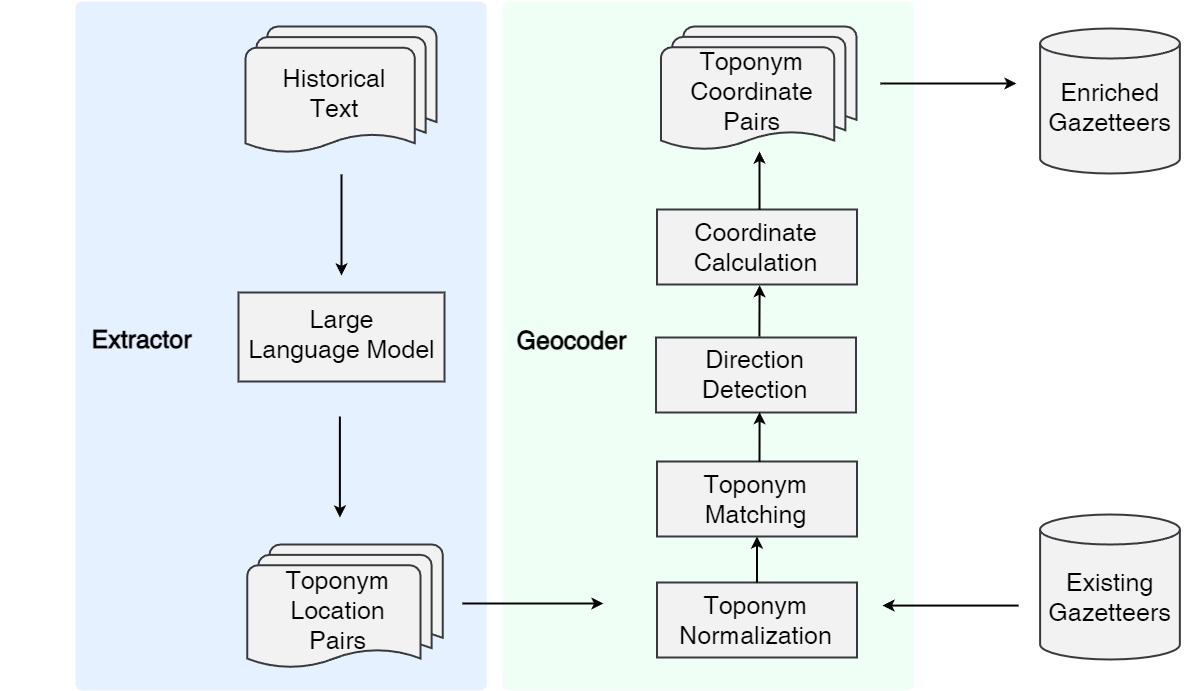
The draw.io diagram figures/workflow.png in yukiyuqichen/His-Geo, before a commit. Source tidied: cells renumbered, new cells last; positions are measured from the earlier drawing's top-left corner, leaving out a move shared by most shapes. Its diagram source:
```xml
<mxGraphModel background="#ffffff">
  <root>
    <mxCell id="0" />
    <mxCell id="1" parent="0" />
    <mxCell id="2" style="rounded=1;whiteSpace=wrap;html=1;absoluteArcSize=1;arcSize=14;strokeWidth=2;fontSize=15;fontColor=#000000;fillColor=#F0FFF6;strokeColor=none;" parent="1" vertex="1">
      <mxGeometry x="501" width="411.2" height="689" as="geometry" />
    </mxCell>
    <mxCell id="3" style="rounded=1;whiteSpace=wrap;html=1;absoluteArcSize=1;arcSize=14;strokeWidth=2;fontSize=15;fontColor=#000000;fillColor=#E6F1FF;strokeColor=none;" parent="1" vertex="1">
      <mxGeometry x="74" width="411.2" height="689" as="geometry" />
    </mxCell>
    <mxCell id="4" style="rounded=0;whiteSpace=wrap;html=1;fillColor=#F2F2F2;strokeColor=#36393d;strokeWidth=2;" parent="1" vertex="1">
      <mxGeometry x="237" y="291" width="206" height="89" as="geometry" />
    </mxCell>
    <mxCell id="5" style="shape=cylinder3;whiteSpace=wrap;html=1;boundedLbl=1;backgroundOutline=1;size=15;fillColor=#F2F2F2;strokeColor=#36393d;strokeWidth=2;" parent="1" vertex="1">
      <mxGeometry x="1038.6" y="513" width="139.8" height="145" as="geometry" />
    </mxCell>
    <mxCell id="6" style="edgeStyle=none;html=1;fontSize=25;fontColor=#000000;strokeColor=#000000;rounded=0;strokeWidth=2;" parent="1" edge="1">
      <mxGeometry relative="1" as="geometry">
        <mxPoint x="340" y="173" as="sourcePoint" />
        <mxPoint x="340" y="274" as="targetPoint" />
      </mxGeometry>
    </mxCell>
    <mxCell id="7" style="strokeWidth=2;html=1;shape=mxgraph.flowchart.multi-document;whiteSpace=wrap;fontSize=25;fillColor=#F2F2F2;strokeColor=#36393d;" parent="1" vertex="1">
      <mxGeometry x="244" y="25" width="191" height="128" as="geometry" />
    </mxCell>
    <mxCell id="8" value="Existing&lt;br&gt;Gazetteers" style="text;html=1;fillColor=none;align=center;verticalAlign=middle;whiteSpace=wrap;rounded=0;fontSize=25;strokeWidth=2;fontColor=#000000;" parent="1" vertex="1">
      <mxGeometry x="1018" y="569" width="181" height="53" as="geometry" />
    </mxCell>
    <mxCell id="9" value="Historical &lt;br&gt;Text" style="text;html=1;fillColor=none;align=center;verticalAlign=middle;whiteSpace=wrap;rounded=0;fontSize=25;strokeWidth=2;fontColor=#000000;" parent="1" vertex="1">
      <mxGeometry x="235" y="65" width="195.5" height="53" as="geometry" />
    </mxCell>
    <mxCell id="10" value="Large &lt;br&gt;Language Model" style="text;html=1;fillColor=none;align=center;verticalAlign=middle;whiteSpace=wrap;rounded=0;fontSize=25;strokeWidth=2;fontColor=#000000;" parent="1" vertex="1">
      <mxGeometry x="199.5" y="307" width="281" height="53" as="geometry" />
    </mxCell>
    <mxCell id="11" value="Extractor" style="text;html=1;fillColor=none;align=center;verticalAlign=middle;whiteSpace=wrap;rounded=0;fontSize=25;strokeWidth=2;fontColor=#000000;fontStyle=1;" parent="1" vertex="1">
      <mxGeometry y="311" width="281" height="53" as="geometry" />
    </mxCell>
    <mxCell id="12" value="Geocoder" style="text;html=1;fillColor=none;align=center;verticalAlign=middle;whiteSpace=wrap;rounded=0;fontSize=25;strokeWidth=2;fontColor=#000000;fontStyle=1;" parent="1" vertex="1">
      <mxGeometry x="430" y="313" width="281" height="53" as="geometry" />
    </mxCell>
    <mxCell id="13" style="edgeStyle=none;html=1;fontSize=25;fontColor=#000000;strokeColor=#000000;rounded=0;strokeWidth=2;" parent="1" edge="1">
      <mxGeometry relative="1" as="geometry">
        <mxPoint x="338.4" y="415" as="sourcePoint" />
        <mxPoint x="338.4" y="516" as="targetPoint" />
      </mxGeometry>
    </mxCell>
    <mxCell id="14" style="shape=cylinder3;whiteSpace=wrap;html=1;boundedLbl=1;backgroundOutline=1;size=15;fillColor=#F2F2F2;strokeColor=#36393d;strokeWidth=2;" parent="1" vertex="1">
      <mxGeometry x="1038.6" y="27" width="139.8" height="145" as="geometry" />
    </mxCell>
    <mxCell id="15" value="Enriched&lt;br&gt;Gazetteers" style="text;html=1;fillColor=none;align=center;verticalAlign=middle;whiteSpace=wrap;rounded=0;fontSize=25;strokeWidth=2;fontColor=#000000;" parent="1" vertex="1">
      <mxGeometry x="1018" y="79" width="181" height="53" as="geometry" />
    </mxCell>
    <mxCell id="16" style="edgeStyle=none;html=1;fontSize=25;fontColor=#000000;strokeColor=#000000;rounded=0;strokeWidth=2;" parent="1" edge="1">
      <mxGeometry relative="1" as="geometry">
        <mxPoint x="461" y="602" as="sourcePoint" />
        <mxPoint x="602" y="602" as="targetPoint" />
      </mxGeometry>
    </mxCell>
    <mxCell id="17" style="strokeWidth=2;html=1;shape=mxgraph.flowchart.multi-document;whiteSpace=wrap;fontSize=25;fillColor=#F2F2F2;strokeColor=#36393d;" parent="1" vertex="1">
      <mxGeometry x="245.8" y="543" width="195.5" height="125" as="geometry" />
    </mxCell>
    <mxCell id="18" value="Toponym &lt;br&gt;Location &lt;br&gt;Pairs" style="text;html=1;fillColor=none;align=center;verticalAlign=middle;whiteSpace=wrap;rounded=0;fontSize=25;strokeWidth=2;fontColor=#000000;" parent="1" vertex="1">
      <mxGeometry x="229.2" y="583" width="215" height="53" as="geometry" />
    </mxCell>
    <mxCell id="19" style="strokeWidth=2;html=1;shape=mxgraph.flowchart.multi-document;whiteSpace=wrap;fontSize=25;fillColor=#F2F2F2;strokeColor=#36393d;" parent="1" vertex="1">
      <mxGeometry x="659.5" y="25" width="195.5" height="125" as="geometry" />
    </mxCell>
    <mxCell id="20" value="Toponym&lt;br&gt;Coordinate&lt;br&gt;Pairs" style="text;html=1;fillColor=none;align=center;verticalAlign=middle;whiteSpace=wrap;rounded=0;fontSize=25;strokeWidth=2;fontColor=#000000;" parent="1" vertex="1">
      <mxGeometry x="643" y="63" width="215" height="53" as="geometry" />
    </mxCell>
    <mxCell id="21" style="rounded=0;whiteSpace=wrap;html=1;fillColor=#F2F2F2;strokeColor=#36393d;strokeWidth=2;" parent="1" vertex="1">
      <mxGeometry x="655.5" y="581" width="200" height="75" as="geometry" />
    </mxCell>
    <mxCell id="22" value="Toponym&lt;br&gt;Normalization" style="text;html=1;fillColor=none;align=center;verticalAlign=middle;whiteSpace=wrap;rounded=0;fontSize=25;strokeWidth=2;fontColor=#000000;" parent="1" vertex="1">
      <mxGeometry x="664" y="593" width="181" height="53" as="geometry" />
    </mxCell>
    <mxCell id="23" style="rounded=0;whiteSpace=wrap;html=1;fillColor=#F2F2F2;strokeColor=#36393d;strokeWidth=2;" parent="1" vertex="1">
      <mxGeometry x="655.5" y="460" width="200" height="75" as="geometry" />
    </mxCell>
    <mxCell id="24" value="Toponym&lt;br&gt;Matching" style="text;html=1;fillColor=none;align=center;verticalAlign=middle;whiteSpace=wrap;rounded=0;fontSize=25;strokeWidth=2;fontColor=#000000;" parent="1" vertex="1">
      <mxGeometry x="664" y="471" width="181" height="53" as="geometry" />
    </mxCell>
    <mxCell id="25" style="rounded=0;whiteSpace=wrap;html=1;fillColor=#F2F2F2;strokeColor=#36393d;strokeWidth=2;" parent="1" vertex="1">
      <mxGeometry x="654.5" y="336" width="200" height="75" as="geometry" />
    </mxCell>
    <mxCell id="26" value="Direction&lt;br&gt;Detection" style="text;html=1;fillColor=none;align=center;verticalAlign=middle;whiteSpace=wrap;rounded=0;fontSize=25;strokeWidth=2;fontColor=#000000;" parent="1" vertex="1">
      <mxGeometry x="663" y="347" width="181" height="53" as="geometry" />
    </mxCell>
    <mxCell id="27" style="rounded=0;whiteSpace=wrap;html=1;fillColor=#F2F2F2;strokeColor=#36393d;strokeWidth=2;" parent="1" vertex="1">
      <mxGeometry x="655.5" y="208" width="200" height="75" as="geometry" />
    </mxCell>
    <mxCell id="28" value="Coordinate&lt;br&gt;Calculation" style="text;html=1;fillColor=none;align=center;verticalAlign=middle;whiteSpace=wrap;rounded=0;fontSize=25;strokeWidth=2;fontColor=#000000;" parent="1" vertex="1">
      <mxGeometry x="664" y="219" width="181" height="53" as="geometry" />
    </mxCell>
    <mxCell id="29" style="edgeStyle=none;html=1;fontSize=25;fontColor=#000000;strokeColor=#000000;rounded=0;strokeWidth=2;" parent="1" edge="1">
      <mxGeometry relative="1" as="geometry">
        <mxPoint x="879" y="82" as="sourcePoint" />
        <mxPoint x="1015" y="82" as="targetPoint" />
      </mxGeometry>
    </mxCell>
    <mxCell id="30" style="edgeStyle=none;html=1;fontSize=25;fontColor=#000000;strokeColor=#000000;rounded=0;strokeWidth=2;" parent="1" edge="1">
      <mxGeometry relative="1" as="geometry">
        <mxPoint x="1017" y="604.1" as="sourcePoint" />
        <mxPoint x="881" y="604.1" as="targetPoint" />
      </mxGeometry>
    </mxCell>
    <mxCell id="31" style="edgeStyle=none;html=1;fontSize=25;fontColor=#000000;strokeColor=#000000;rounded=0;strokeWidth=2;exitX=0.625;exitY=0.302;exitDx=0;exitDy=0;exitPerimeter=0;" parent="1" edge="1" source="2">
      <mxGeometry relative="1" as="geometry">
        <mxPoint x="758" y="150" as="targetPoint" />
      </mxGeometry>
    </mxCell>
    <mxCell id="32" style="edgeStyle=none;html=1;fontSize=25;fontColor=#000000;strokeColor=#000000;rounded=0;strokeWidth=2;endArrow=classic;endFill=1;exitX=0.517;exitY=-0.014;exitDx=0;exitDy=0;entryX=0.513;entryY=1.009;entryDx=0;entryDy=0;exitPerimeter=0;entryPerimeter=0;" parent="1" edge="1" source="25" target="27">
      <mxGeometry relative="1" as="geometry" />
    </mxCell>
    <mxCell id="33" style="edgeStyle=none;html=1;fontSize=25;fontColor=#000000;strokeColor=#000000;rounded=0;strokeWidth=2;endArrow=classic;endFill=1;entryX=0.518;entryY=0.995;entryDx=0;entryDy=0;entryPerimeter=0;" parent="1" edge="1" target="25">
      <mxGeometry relative="1" as="geometry">
        <mxPoint x="758" y="460" as="sourcePoint" />
      </mxGeometry>
    </mxCell>
    <mxCell id="34" style="edgeStyle=none;html=1;fontSize=25;fontColor=#000000;strokeColor=#000000;rounded=0;strokeWidth=2;endArrow=classic;endFill=1;exitX=0.5;exitY=0;exitDx=0;exitDy=0;entryX=0.5;entryY=1;entryDx=0;entryDy=0;" parent="1" edge="1" source="21" target="23">
      <mxGeometry relative="1" as="geometry" />
    </mxCell>
  </root>
</mxGraphModel>
```
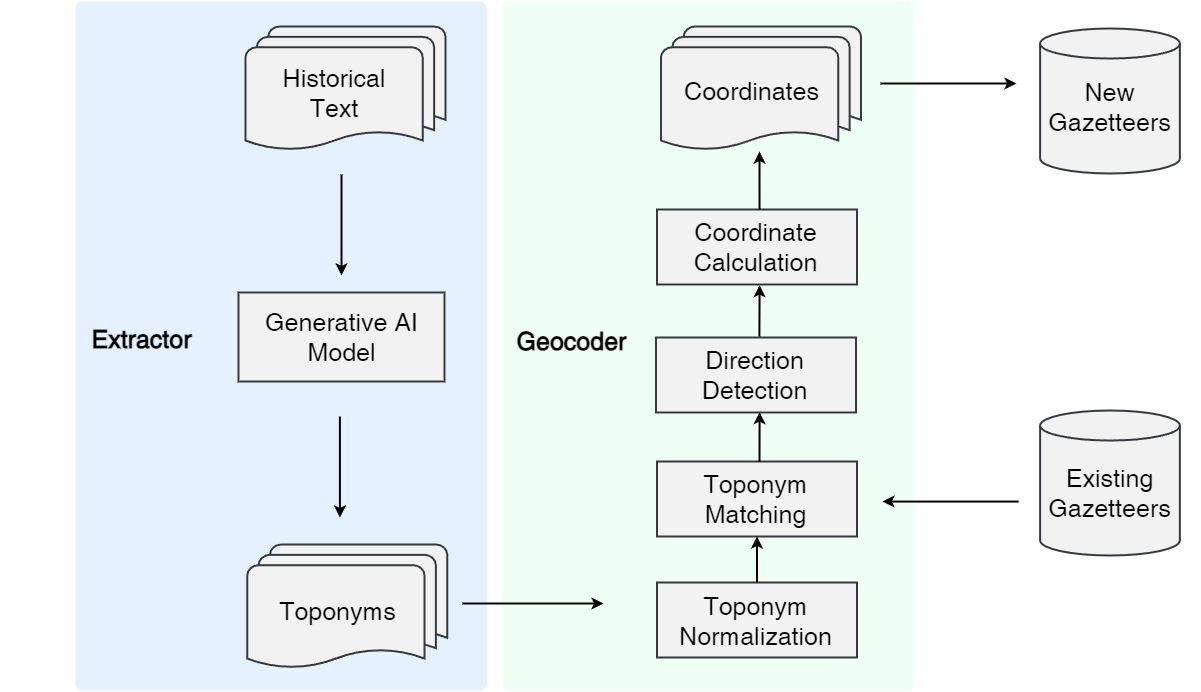
Above is the later version.

What changed in the source:
```diff
@@ -12,7 +12,7 @@
       <mxGeometry x="237" y="291" width="206" height="89" as="geometry" />
     </mxCell>
     <mxCell id="5" style="shape=cylinder3;whiteSpace=wrap;html=1;boundedLbl=1;backgroundOutline=1;size=15;fillColor=#F2F2F2;strokeColor=#36393d;strokeWidth=2;" parent="1" vertex="1">
-      <mxGeometry x="1038.6" y="513" width="139.8" height="145" as="geometry" />
+      <mxGeometry x="1038.6" y="409" width="139.8" height="145" as="geometry" />
     </mxCell>
     <mxCell id="6" style="edgeStyle=none;html=1;fontSize=25;fontColor=#000000;strokeColor=#000000;rounded=0;strokeWidth=2;" parent="1" edge="1">
       <mxGeometry relative="1" as="geometry">
@@ -21,16 +21,16 @@
       </mxGeometry>
     </mxCell>
     <mxCell id="7" style="strokeWidth=2;html=1;shape=mxgraph.flowchart.multi-document;whiteSpace=wrap;fontSize=25;fillColor=#F2F2F2;strokeColor=#36393d;" parent="1" vertex="1">
-      <mxGeometry x="244" y="25" width="191" height="128" as="geometry" />
+      <mxGeometry x="244" y="25" width="200" height="125" as="geometry" />
     </mxCell>
     <mxCell id="8" value="Existing&lt;br&gt;Gazetteers" style="text;html=1;fillColor=none;align=center;verticalAlign=middle;whiteSpace=wrap;rounded=0;fontSize=25;strokeWidth=2;fontColor=#000000;" parent="1" vertex="1">
-      <mxGeometry x="1018" y="569" width="181" height="53" as="geometry" />
+      <mxGeometry x="1018" y="465" width="181" height="53" as="geometry" />
     </mxCell>
     <mxCell id="9" value="Historical &lt;br&gt;Text" style="text;html=1;fillColor=none;align=center;verticalAlign=middle;whiteSpace=wrap;rounded=0;fontSize=25;strokeWidth=2;fontColor=#000000;" parent="1" vertex="1">
       <mxGeometry x="235" y="65" width="195.5" height="53" as="geometry" />
     </mxCell>
-    <mxCell id="10" value="Large &lt;br&gt;Language Model" style="text;html=1;fillColor=none;align=center;verticalAlign=middle;whiteSpace=wrap;rounded=0;fontSize=25;strokeWidth=2;fontColor=#000000;" parent="1" vertex="1">
-      <mxGeometry x="199.5" y="307" width="281" height="53" as="geometry" />
+    <mxCell id="10" value="Generative AI &lt;br&gt;Model" style="text;html=1;fillColor=none;align=center;verticalAlign=middle;whiteSpace=wrap;rounded=0;fontSize=25;strokeWidth=2;fontColor=#000000;" parent="1" vertex="1">
+      <mxGeometry x="199.5" y="309" width="281" height="53" as="geometry" />
     </mxCell>
     <mxCell id="11" value="Extractor" style="text;html=1;fillColor=none;align=center;verticalAlign=middle;whiteSpace=wrap;rounded=0;fontSize=25;strokeWidth=2;fontColor=#000000;fontStyle=1;" parent="1" vertex="1">
       <mxGeometry y="311" width="281" height="53" as="geometry" />
@@ -47,7 +47,7 @@
     <mxCell id="14" style="shape=cylinder3;whiteSpace=wrap;html=1;boundedLbl=1;backgroundOutline=1;size=15;fillColor=#F2F2F2;strokeColor=#36393d;strokeWidth=2;" parent="1" vertex="1">
       <mxGeometry x="1038.6" y="27" width="139.8" height="145" as="geometry" />
     </mxCell>
-    <mxCell id="15" value="Enriched&lt;br&gt;Gazetteers" style="text;html=1;fillColor=none;align=center;verticalAlign=middle;whiteSpace=wrap;rounded=0;fontSize=25;strokeWidth=2;fontColor=#000000;" parent="1" vertex="1">
+    <mxCell id="15" value="New&lt;br&gt;Gazetteers" style="text;html=1;fillColor=none;align=center;verticalAlign=middle;whiteSpace=wrap;rounded=0;fontSize=25;strokeWidth=2;fontColor=#000000;" parent="1" vertex="1">
       <mxGeometry x="1018" y="79" width="181" height="53" as="geometry" />
     </mxCell>
     <mxCell id="16" style="edgeStyle=none;html=1;fontSize=25;fontColor=#000000;strokeColor=#000000;rounded=0;strokeWidth=2;" parent="1" edge="1">
@@ -57,15 +57,15 @@
       </mxGeometry>
     </mxCell>
     <mxCell id="17" style="strokeWidth=2;html=1;shape=mxgraph.flowchart.multi-document;whiteSpace=wrap;fontSize=25;fillColor=#F2F2F2;strokeColor=#36393d;" parent="1" vertex="1">
-      <mxGeometry x="245.8" y="543" width="195.5" height="125" as="geometry" />
+      <mxGeometry x="245.8" y="543" width="200" height="125" as="geometry" />
     </mxCell>
-    <mxCell id="18" value="Toponym &lt;br&gt;Location &lt;br&gt;Pairs" style="text;html=1;fillColor=none;align=center;verticalAlign=middle;whiteSpace=wrap;rounded=0;fontSize=25;strokeWidth=2;fontColor=#000000;" parent="1" vertex="1">
+    <mxCell id="18" value="Toponyms" style="text;html=1;fillColor=none;align=center;verticalAlign=middle;whiteSpace=wrap;rounded=0;fontSize=25;strokeWidth=2;fontColor=#000000;" parent="1" vertex="1">
       <mxGeometry x="229.2" y="583" width="215" height="53" as="geometry" />
     </mxCell>
     <mxCell id="19" style="strokeWidth=2;html=1;shape=mxgraph.flowchart.multi-document;whiteSpace=wrap;fontSize=25;fillColor=#F2F2F2;strokeColor=#36393d;" parent="1" vertex="1">
-      <mxGeometry x="659.5" y="25" width="195.5" height="125" as="geometry" />
+      <mxGeometry x="659.5" y="25" width="200" height="125" as="geometry" />
     </mxCell>
-    <mxCell id="20" value="Toponym&lt;br&gt;Coordinate&lt;br&gt;Pairs" style="text;html=1;fillColor=none;align=center;verticalAlign=middle;whiteSpace=wrap;rounded=0;fontSize=25;strokeWidth=2;fontColor=#000000;" parent="1" vertex="1">
+    <mxCell id="20" value="Coordinates" style="text;html=1;fillColor=none;align=center;verticalAlign=middle;whiteSpace=wrap;rounded=0;fontSize=25;strokeWidth=2;fontColor=#000000;" parent="1" vertex="1">
       <mxGeometry x="643" y="63" width="215" height="53" as="geometry" />
     </mxCell>
     <mxCell id="21" style="rounded=0;whiteSpace=wrap;html=1;fillColor=#F2F2F2;strokeColor=#36393d;strokeWidth=2;" parent="1" vertex="1">
@@ -100,8 +100,8 @@
     </mxCell>
     <mxCell id="30" style="edgeStyle=none;html=1;fontSize=25;fontColor=#000000;strokeColor=#000000;rounded=0;strokeWidth=2;" parent="1" edge="1">
       <mxGeometry relative="1" as="geometry">
-        <mxPoint x="1017" y="604.1" as="sourcePoint" />
-        <mxPoint x="881" y="604.1" as="targetPoint" />
+        <mxPoint x="1017" y="500.1" as="sourcePoint" />
+        <mxPoint x="881" y="500.1" as="targetPoint" />
       </mxGeometry>
     </mxCell>
     <mxCell id="31" style="edgeStyle=none;html=1;fontSize=25;fontColor=#000000;strokeColor=#000000;rounded=0;strokeWidth=2;exitX=0.625;exitY=0.302;exitDx=0;exitDy=0;exitPerimeter=0;" parent="1" edge="1" source="2">
```
